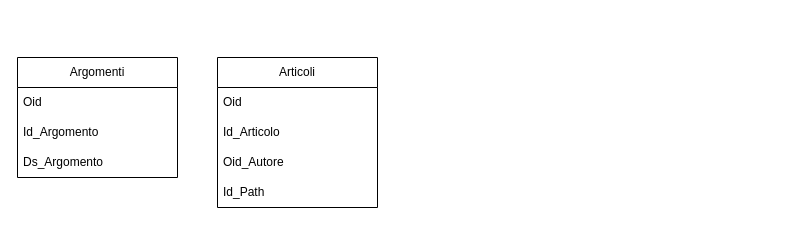
This is page "Database" (5 of 6) of TimeTable.drawio from martinpoles/FlowChartDump, a draw.io file, before an edit. Source tidied: cells renumbered, new cells numbered last; positions are measured from the earlier drawing's top-left corner, leaving out a move shared by most shapes. Both pictures are drawn from the tidied source at 100%, with x=0, y=0 at pixel (17, 57).
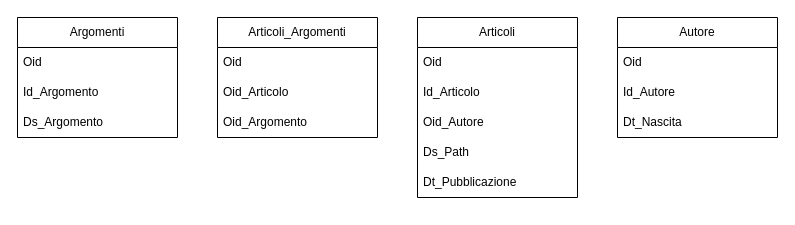
After the change.

Change to the diagram source:
```diff
@@
 <mxGraphModel>
   <root>
     <mxCell id="0" />
     <mxCell id="1" parent="0" />
     <mxCell id="2" value="Articoli" style="swimlane;fontStyle=0;horizontal=1;startSize=30;whiteSpace=wrap;html=1;" parent="1" vertex="1">
-      <mxGeometry x="200" width="160" height="150" as="geometry" />
+      <mxGeometry x="400" y="-40" width="160" height="180" as="geometry" />
     </mxCell>
     <mxCell id="3" value="Oid" style="text;strokeColor=none;fillColor=none;align=left;verticalAlign=middle;spacingLeft=4;spacingRight=4;overflow=hidden;whiteSpace=wrap;html=1;" parent="2" vertex="1">
       <mxGeometry y="30" width="160" height="30" as="geometry" />
     </mxCell>
     <mxCell id="4" value="Id_Articolo" style="text;strokeColor=none;fillColor=none;align=left;verticalAlign=middle;spacingLeft=4;spacingRight=4;overflow=hidden;whiteSpace=wrap;html=1;" parent="2" vertex="1">
       <mxGeometry y="60" width="160" height="30" as="geometry" />
     </mxCell>
     <mxCell id="5" value="Oid_Autore" style="text;strokeColor=none;fillColor=none;align=left;verticalAlign=middle;spacingLeft=4;spacingRight=4;overflow=hidden;whiteSpace=wrap;html=1;" parent="2" vertex="1">
       <mxGeometry y="90" width="160" height="30" as="geometry" />
     </mxCell>
-    <mxCell id="6" value="Id_Path" style="text;strokeColor=none;fillColor=none;align=left;verticalAlign=middle;spacingLeft=4;spacingRight=4;overflow=hidden;whiteSpace=wrap;html=1;" parent="2" vertex="1">
+    <mxCell id="6" value="Ds_Path" style="text;strokeColor=none;fillColor=none;align=left;verticalAlign=middle;spacingLeft=4;spacingRight=4;overflow=hidden;whiteSpace=wrap;html=1;" parent="2" vertex="1">
       <mxGeometry y="120" width="160" height="30" as="geometry" />
     </mxCell>
+    <mxCell id="11" value="Dt_Pubblicazione" style="text;strokeColor=none;fillColor=none;align=left;verticalAlign=middle;spacingLeft=4;spacingRight=4;overflow=hidden;whiteSpace=wrap;html=1;" parent="2" vertex="1">
+      <mxGeometry y="150" width="160" height="30" as="geometry" />
+    </mxCell>
     <mxCell id="7" value="Argomenti" style="swimlane;fontStyle=0;horizontal=1;startSize=30;whiteSpace=wrap;html=1;" parent="1" vertex="1">
-      <mxGeometry width="160" height="120" as="geometry" />
+      <mxGeometry y="-40" width="160" height="120" as="geometry" />
     </mxCell>
     <mxCell id="8" value="Oid" style="text;strokeColor=none;fillColor=none;align=left;verticalAlign=middle;spacingLeft=4;spacingRight=4;overflow=hidden;whiteSpace=wrap;html=1;" parent="7" vertex="1">
       <mxGeometry y="30" width="160" height="30" as="geometry" />
     </mxCell>
     <mxCell id="9" value="Id_Argomento" style="text;strokeColor=none;fillColor=none;align=left;verticalAlign=middle;spacingLeft=4;spacingRight=4;overflow=hidden;whiteSpace=wrap;html=1;" parent="7" vertex="1">
       <mxGeometry y="60" width="160" height="30" as="geometry" />
     </mxCell>
     <mxCell id="10" value="Ds_Argomento" style="text;strokeColor=none;fillColor=none;align=left;verticalAlign=middle;spacingLeft=4;spacingRight=4;overflow=hidden;whiteSpace=wrap;html=1;" parent="7" vertex="1">
       <mxGeometry y="90" width="160" height="30" as="geometry" />
     </mxCell>
+    <mxCell id="12" value="Autore" style="swimlane;fontStyle=0;horizontal=1;startSize=30;whiteSpace=wrap;html=1;" parent="1" vertex="1">
+      <mxGeometry x="600" y="-40" width="160" height="120" as="geometry" />
+    </mxCell>
+    <mxCell id="13" value="Oid" style="text;strokeColor=none;fillColor=none;align=left;verticalAlign=middle;spacingLeft=4;spacingRight=4;overflow=hidden;whiteSpace=wrap;html=1;" parent="12" vertex="1">
+      <mxGeometry y="30" width="160" height="30" as="geometry" />
+    </mxCell>
+    <mxCell id="14" value="Id_Autore" style="text;strokeColor=none;fillColor=none;align=left;verticalAlign=middle;spacingLeft=4;spacingRight=4;overflow=hidden;whiteSpace=wrap;html=1;" parent="12" vertex="1">
+      <mxGeometry y="60" width="160" height="30" as="geometry" />
+    </mxCell>
+    <mxCell id="15" value="Dt_Nascita" style="text;strokeColor=none;fillColor=none;align=left;verticalAlign=middle;spacingLeft=4;spacingRight=4;overflow=hidden;whiteSpace=wrap;html=1;" parent="12" vertex="1">
+      <mxGeometry y="90" width="160" height="30" as="geometry" />
+    </mxCell>
+    <mxCell id="16" value="Articoli_Argomenti" style="swimlane;fontStyle=0;horizontal=1;startSize=30;whiteSpace=wrap;html=1;" parent="1" vertex="1">
+      <mxGeometry x="200" y="-40" width="160" height="120" as="geometry" />
+    </mxCell>
+    <mxCell id="17" value="Oid" style="text;strokeColor=none;fillColor=none;align=left;verticalAlign=middle;spacingLeft=4;spacingRight=4;overflow=hidden;whiteSpace=wrap;html=1;" parent="16" vertex="1">
+      <mxGeometry y="30" width="160" height="30" as="geometry" />
+    </mxCell>
+    <mxCell id="18" value="Oid_Articolo" style="text;strokeColor=none;fillColor=none;align=left;verticalAlign=middle;spacingLeft=4;spacingRight=4;overflow=hidden;whiteSpace=wrap;html=1;" parent="16" vertex="1">
+      <mxGeometry y="60" width="160" height="30" as="geometry" />
+    </mxCell>
+    <mxCell id="19" value="Oid_Argomento" style="text;strokeColor=none;fillColor=none;align=left;verticalAlign=middle;spacingLeft=4;spacingRight=4;overflow=hidden;whiteSpace=wrap;html=1;" parent="16" vertex="1">
+      <mxGeometry y="90" width="160" height="30" as="geometry" />
+    </mxCell>
   </root>
 </mxGraphModel>
```
